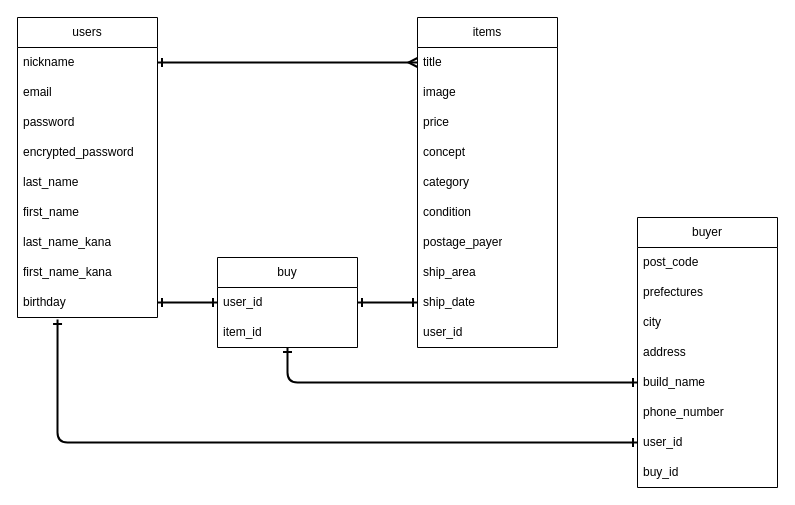
Before: er.dio in nobuyuki-hirai/furima-38643, a draw.io diagram. Source tidied: cells renumbered, new cells numbered last; positions are measured from the earlier drawing's top-left corner, leaving out a move shared by most shapes. Both pictures are drawn from the tidied source at 100%, with x=0, y=0 at pixel (17, 17).
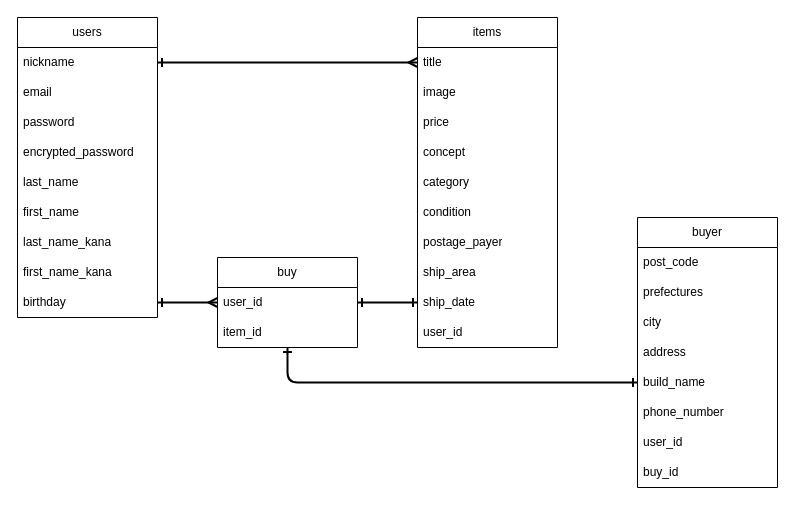
Above is the later version.

Commit message (it also covers changes not shown here):
usersテーブル Association修正

The change refers to these unchanged cells:
```xml
<mxCell id="11" value="birthday" style="text;strokeColor=none;fillColor=none;align=left;verticalAlign=middle;spacingLeft=4;spacingRight=4;overflow=hidden;points=[[0,0.5],[1,0.5]];portConstraint=eastwest;whiteSpace=wrap;html=1;" parent="2" vertex="1">
  <mxGeometry y="270" width="140" height="30" as="geometry" />
</mxCell>
<mxCell id="30" value="user_id" style="text;strokeColor=none;fillColor=none;align=left;verticalAlign=middle;spacingLeft=4;spacingRight=4;overflow=hidden;points=[[0,0.5],[1,0.5]];portConstraint=eastwest;whiteSpace=wrap;html=1;" parent="23" vertex="1">
  <mxGeometry y="210" width="140" height="30" as="geometry" />
</mxCell>
<mxCell id="35" value="user_id" style="text;strokeColor=none;fillColor=none;align=left;verticalAlign=middle;spacingLeft=4;spacingRight=4;overflow=hidden;points=[[0,0.5],[1,0.5]];portConstraint=eastwest;whiteSpace=wrap;html=1;" parent="34" vertex="1">
  <mxGeometry y="30" width="140" height="30" as="geometry" />
</mxCell>
```

Change to the diagram source:
```diff
@@
-    <mxCell id="32" style="edgeStyle=none;html=1;exitX=0;exitY=0.5;exitDx=0;exitDy=0;strokeWidth=2;startArrow=ERone;startFill=0;endArrow=ERone;endFill=0;entryX=0.286;entryY=1.067;entryDx=0;entryDy=0;entryPerimeter=0;" parent="1" edge="1" source="30" target="11">
-      <mxGeometry relative="1" as="geometry">
-        <Array as="points">
-          <mxPoint x="40" y="425" />
-        </Array>
-      </mxGeometry>
-    </mxCell>
@@
-    <mxCell id="37" style="edgeStyle=none;html=1;exitX=0;exitY=0.5;exitDx=0;exitDy=0;entryX=1;entryY=0.5;entryDx=0;entryDy=0;strokeWidth=2;startArrow=ERone;startFill=0;endArrow=ERone;endFill=0;" parent="1" edge="1" source="35" target="11">
+    <mxCell id="37" style="edgeStyle=none;html=1;exitX=0;exitY=0.5;exitDx=0;exitDy=0;entryX=1;entryY=0.5;entryDx=0;entryDy=0;strokeWidth=2;startArrow=ERmany;startFill=0;endArrow=ERone;endFill=0;" parent="1" edge="1" source="35" target="11">
       <mxGeometry relative="1" as="geometry" />
     </mxCell>
```
